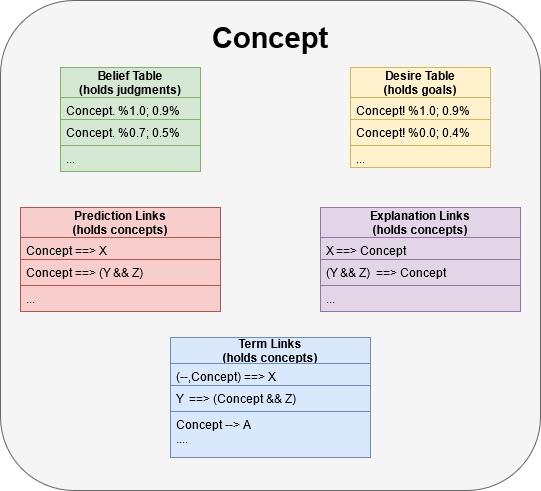
This is Documentation/Concept.png from ccrock4t/NARS-Python, a draw.io export, as it was before one commit. Source tidied: cells renumbered, new cells last; positions are measured from the earlier drawing's top-left corner, leaving out a move shared by most shapes.
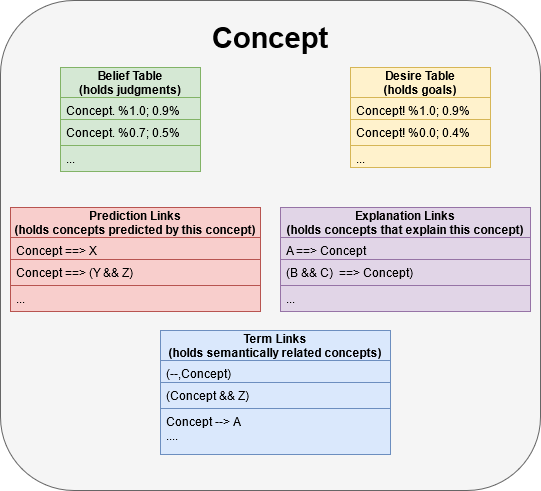
Above is the later version.

Change to the diagram source:
```diff
@@ -32,41 +32,41 @@
     <mxCell id="11" value="..." style="text;strokeColor=#d6b656;fillColor=#fff2cc;align=left;verticalAlign=top;spacingLeft=4;spacingRight=4;overflow=hidden;" parent="8" vertex="1">
       <mxGeometry y="78" width="140" height="22" as="geometry" />
     </mxCell>
-    <mxCell id="12" value="&#10;Prediction Links&#10;(holds concepts)&#10;" style="swimlane;fontStyle=1;horizontal=1;startSize=30;fillColor=#f8cecc;strokeColor=#b85450;" parent="1" vertex="1">
-      <mxGeometry x="20" y="207" width="200" height="104" as="geometry" />
+    <mxCell id="12" value="&#10;Prediction Links&#10;(holds concepts predicted by this concept)&#10;" style="swimlane;fontStyle=1;horizontal=1;startSize=30;fillColor=#f8cecc;strokeColor=#b85450;" parent="1" vertex="1">
+      <mxGeometry x="10" y="207" width="250" height="104" as="geometry" />
     </mxCell>
     <mxCell id="13" value="Concept ==&gt; X" style="text;strokeColor=#b85450;fillColor=#f8cecc;align=left;verticalAlign=top;spacingLeft=4;spacingRight=4;overflow=hidden;fontStyle=0;" parent="12" vertex="1">
-      <mxGeometry y="30" width="200" height="22" as="geometry" />
+      <mxGeometry y="30" width="250" height="22" as="geometry" />
     </mxCell>
     <mxCell id="14" value="Concept ==&gt; (Y &amp;&amp; Z)" style="text;strokeColor=#b85450;fillColor=#f8cecc;align=left;verticalAlign=top;spacingLeft=4;spacingRight=4;overflow=hidden;" parent="12" vertex="1">
-      <mxGeometry y="52" width="200" height="26" as="geometry" />
+      <mxGeometry y="52" width="250" height="26" as="geometry" />
     </mxCell>
     <mxCell id="15" value="..." style="text;strokeColor=#b85450;fillColor=#f8cecc;align=left;verticalAlign=top;spacingLeft=4;spacingRight=4;overflow=hidden;" parent="12" vertex="1">
-      <mxGeometry y="78" width="200" height="26" as="geometry" />
+      <mxGeometry y="78" width="250" height="26" as="geometry" />
     </mxCell>
-    <mxCell id="16" value="&#10;Explanation Links&#10;(holds concepts)&#10;" style="swimlane;fontStyle=1;horizontal=1;startSize=30;fillColor=#e1d5e7;strokeColor=#9673a6;" parent="1" vertex="1">
-      <mxGeometry x="320" y="207" width="200" height="104" as="geometry" />
+    <mxCell id="16" value="&#10;Explanation Links&#10;(holds concepts that explain this concept)&#10;" style="swimlane;fontStyle=1;horizontal=1;startSize=30;fillColor=#e1d5e7;strokeColor=#9673a6;" parent="1" vertex="1">
+      <mxGeometry x="280" y="207" width="250" height="104" as="geometry" />
     </mxCell>
-    <mxCell id="17" value="X ==&gt; Concept" style="text;strokeColor=#9673a6;fillColor=#e1d5e7;align=left;verticalAlign=top;spacingLeft=4;spacingRight=4;overflow=hidden;fontStyle=0;" parent="16" vertex="1">
-      <mxGeometry y="30" width="200" height="22" as="geometry" />
+    <mxCell id="17" value="A ==&gt; Concept" style="text;strokeColor=#9673a6;fillColor=#e1d5e7;align=left;verticalAlign=top;spacingLeft=4;spacingRight=4;overflow=hidden;fontStyle=0;" parent="16" vertex="1">
+      <mxGeometry y="30" width="250" height="22" as="geometry" />
     </mxCell>
-    <mxCell id="18" value="(Y &amp;&amp; Z)  ==&gt; Concept" style="text;strokeColor=#9673a6;fillColor=#e1d5e7;align=left;verticalAlign=top;spacingLeft=4;spacingRight=4;overflow=hidden;" parent="16" vertex="1">
-      <mxGeometry y="52" width="200" height="26" as="geometry" />
+    <mxCell id="18" value="(B &amp;&amp; C)  ==&gt; Concept)" style="text;strokeColor=#9673a6;fillColor=#e1d5e7;align=left;verticalAlign=top;spacingLeft=4;spacingRight=4;overflow=hidden;" parent="16" vertex="1">
+      <mxGeometry y="52" width="250" height="26" as="geometry" />
     </mxCell>
     <mxCell id="19" value="..." style="text;strokeColor=#9673a6;fillColor=#e1d5e7;align=left;verticalAlign=top;spacingLeft=4;spacingRight=4;overflow=hidden;" parent="16" vertex="1">
-      <mxGeometry y="78" width="200" height="26" as="geometry" />
+      <mxGeometry y="78" width="250" height="26" as="geometry" />
     </mxCell>
-    <mxCell id="20" value="&#10;Term Links&#10;(holds concepts)&#10;" style="swimlane;fontStyle=1;horizontal=1;startSize=26;fillColor=#dae8fc;strokeColor=#6c8ebf;" parent="1" vertex="1">
-      <mxGeometry x="170" y="337" width="200" height="120" as="geometry" />
+    <mxCell id="20" value="&#10;Term Links&#10;(holds semantically related concepts)&#10;" style="swimlane;fontStyle=1;horizontal=1;startSize=30;fillColor=#dae8fc;strokeColor=#6c8ebf;" parent="1" vertex="1">
+      <mxGeometry x="160" y="330" width="230" height="124" as="geometry" />
     </mxCell>
-    <mxCell id="21" value="(--,Concept) ==&gt; X" style="text;strokeColor=#6c8ebf;fillColor=#dae8fc;align=left;verticalAlign=top;spacingLeft=4;spacingRight=4;overflow=hidden;fontStyle=0;" parent="20" vertex="1">
-      <mxGeometry y="26" width="200" height="22" as="geometry" />
+    <mxCell id="21" value="(--,Concept)" style="text;strokeColor=#6c8ebf;fillColor=#dae8fc;align=left;verticalAlign=top;spacingLeft=4;spacingRight=4;overflow=hidden;fontStyle=0;" parent="20" vertex="1">
+      <mxGeometry y="30" width="230" height="22" as="geometry" />
     </mxCell>
-    <mxCell id="22" value="Y  ==&gt; (Concept &amp;&amp; Z)" style="text;strokeColor=#6c8ebf;fillColor=#dae8fc;align=left;verticalAlign=top;spacingLeft=4;spacingRight=4;overflow=hidden;" parent="20" vertex="1">
-      <mxGeometry y="48" width="200" height="26" as="geometry" />
+    <mxCell id="22" value="(Concept &amp;&amp; Z)" style="text;strokeColor=#6c8ebf;fillColor=#dae8fc;align=left;verticalAlign=top;spacingLeft=4;spacingRight=4;overflow=hidden;" parent="20" vertex="1">
+      <mxGeometry y="52" width="230" height="26" as="geometry" />
     </mxCell>
     <mxCell id="23" value="Concept --&gt; A&#10;....&#10;" style="text;strokeColor=#6c8ebf;fillColor=#dae8fc;align=left;verticalAlign=top;spacingLeft=4;spacingRight=4;overflow=hidden;" parent="20" vertex="1">
-      <mxGeometry y="74" width="200" height="46" as="geometry" />
+      <mxGeometry y="78" width="230" height="46" as="geometry" />
     </mxCell>
   </root>
 </mxGraphModel>
```
